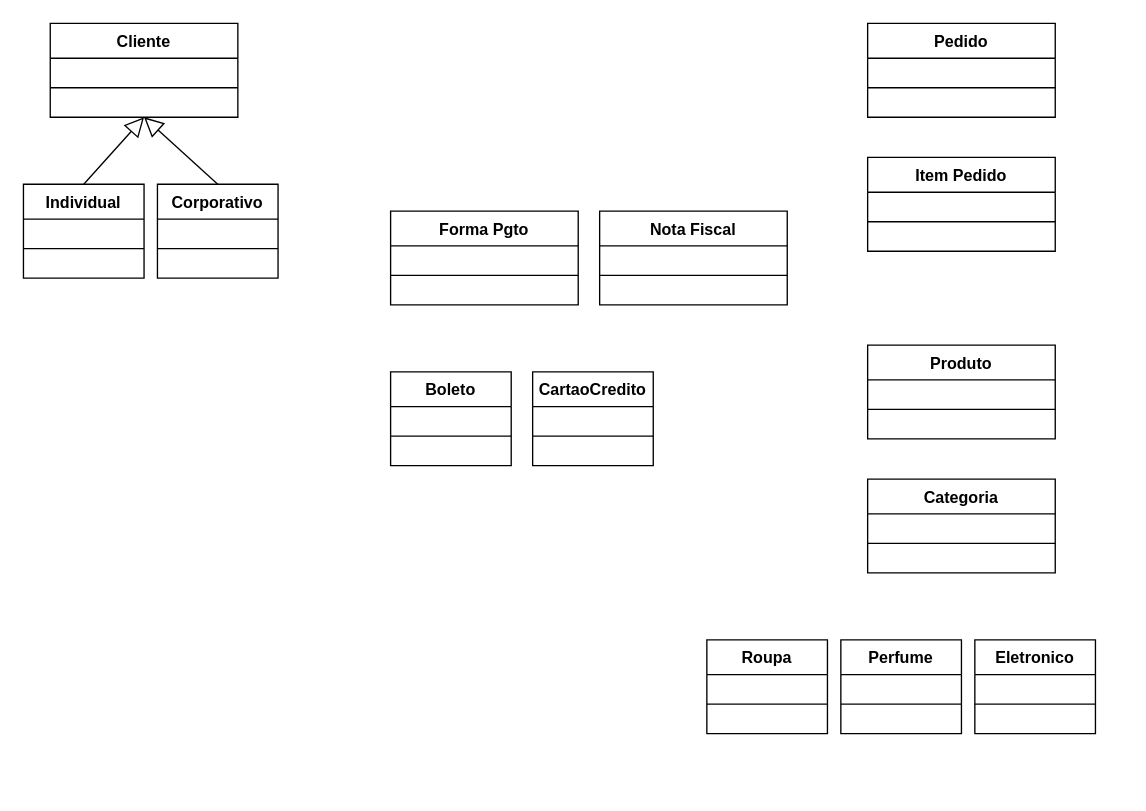
This is TarefaENG-REQ.drawio from loui674/Diagramas-de-Caso-de-Uso, a draw.io file, before an edit. Source tidied: cells renumbered, new cells numbered last; positions are measured from the earlier drawing's top-left corner, leaving out a move shared by most shapes. Both pictures are drawn from the tidied source at 134%, with x=0, y=0 at pixel (23, 23).
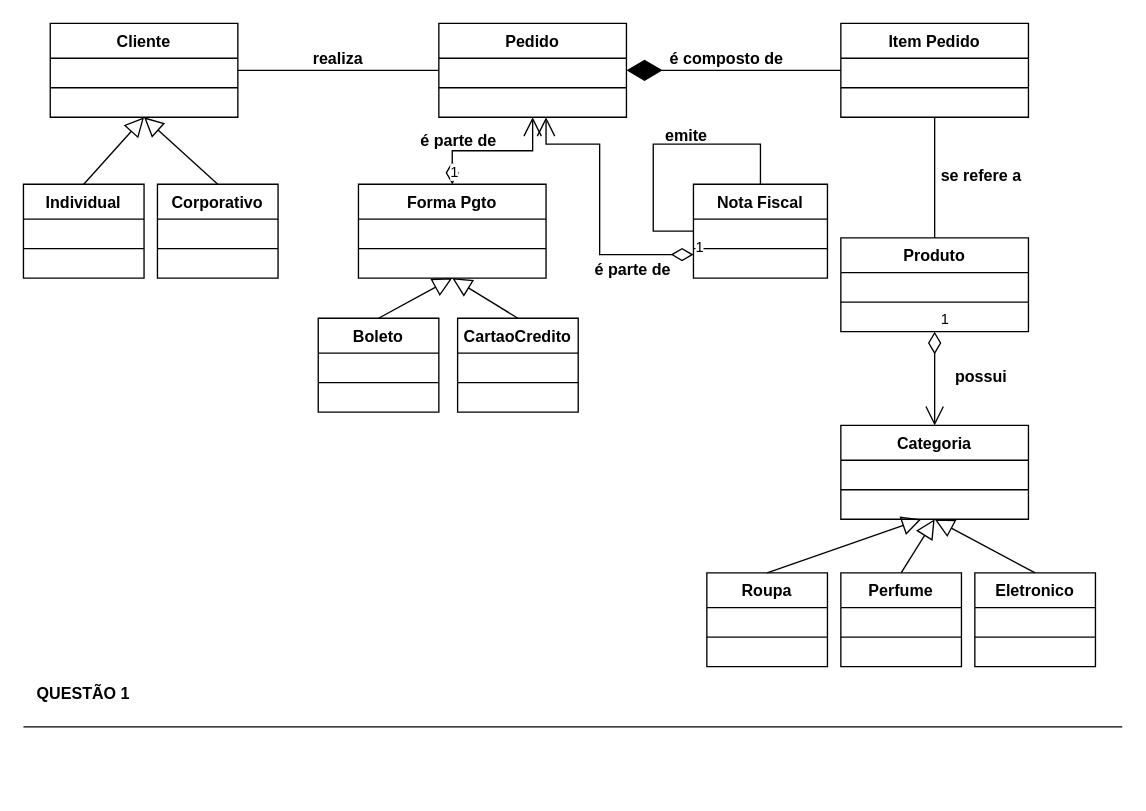
Above is the later version.

Diff of the diagram source:
```diff
@@
     <mxCell id="4" value="Pedido" style="swimlane;fontStyle=1;align=center;verticalAlign=top;horizontal=1;startSize=26;" parent="1" vertex="1">
-      <mxGeometry x="630" width="140" height="70" as="geometry" />
+      <mxGeometry x="310" width="140" height="70" as="geometry" />
     </mxCell>
@@
     <mxCell id="6" value="Item Pedido" style="swimlane;fontStyle=1;align=center;verticalAlign=top;horizontal=1;startSize=26;" parent="1" vertex="1">
-      <mxGeometry x="630" y="100" width="140" height="70" as="geometry" />
+      <mxGeometry x="610" width="140" height="70" as="geometry" />
     </mxCell>
@@
     <mxCell id="8" value="Nota Fiscal" style="swimlane;fontStyle=1;align=center;verticalAlign=top;horizontal=1;startSize=26;" parent="1" vertex="1">
-      <mxGeometry x="430" y="140" width="140" height="70" as="geometry" />
+      <mxGeometry x="500" y="120" width="100" height="70" as="geometry" />
     </mxCell>
     <mxCell id="9" style="line;strokeWidth=1;fillColor=none;align=left;verticalAlign=middle;spacingTop=-1;spacingLeft=3;spacingRight=3;labelPosition=right;strokeColor=inherit;" parent="8" vertex="1">
-      <mxGeometry y="26" width="140" height="44" as="geometry" />
+      <mxGeometry y="26" width="100" height="44" as="geometry" />
     </mxCell>
@@
     <mxCell id="16" value="Produto" style="swimlane;fontStyle=1;align=center;verticalAlign=top;horizontal=1;startSize=26;" parent="1" vertex="1">
-      <mxGeometry x="630" y="240" width="140" height="70" as="geometry" />
+      <mxGeometry x="610" y="160" width="140" height="70" as="geometry" />
     </mxCell>
@@
     <mxCell id="18" value="Categoria" style="swimlane;fontStyle=1;align=center;verticalAlign=top;horizontal=1;startSize=26;" parent="1" vertex="1">
-      <mxGeometry x="630" y="340" width="140" height="70" as="geometry" />
+      <mxGeometry x="610" y="300" width="140" height="70" as="geometry" />
     </mxCell>
@@
     <mxCell id="20" value="Roupa" style="swimlane;fontStyle=1;align=center;verticalAlign=top;horizontal=1;startSize=26;" parent="1" vertex="1">
-      <mxGeometry x="510" y="460" width="90" height="70" as="geometry" />
+      <mxGeometry x="510" y="410" width="90" height="70" as="geometry" />
     </mxCell>
@@
     <mxCell id="22" value="Perfume" style="swimlane;fontStyle=1;align=center;verticalAlign=top;horizontal=1;startSize=26;" parent="1" vertex="1">
-      <mxGeometry x="610" y="460" width="90" height="70" as="geometry" />
+      <mxGeometry x="610" y="410" width="90" height="70" as="geometry" />
     </mxCell>
@@
     <mxCell id="24" value="Eletronico" style="swimlane;fontStyle=1;align=center;verticalAlign=top;horizontal=1;startSize=26;" parent="1" vertex="1">
-      <mxGeometry x="710" y="460" width="90" height="70" as="geometry" />
+      <mxGeometry x="710" y="410" width="90" height="70" as="geometry" />
     </mxCell>
@@
     <mxCell id="26" value="Forma Pgto" style="swimlane;fontStyle=1;align=center;verticalAlign=top;horizontal=1;startSize=26;" parent="1" vertex="1">
-      <mxGeometry x="274" y="140" width="140" height="70" as="geometry" />
+      <mxGeometry x="250" y="120" width="140" height="70" as="geometry" />
     </mxCell>
@@
     <mxCell id="28" value="Boleto" style="swimlane;fontStyle=1;align=center;verticalAlign=top;horizontal=1;startSize=26;" parent="1" vertex="1">
-      <mxGeometry x="274" y="260" width="90" height="70" as="geometry" />
+      <mxGeometry x="220" y="220" width="90" height="70" as="geometry" />
     </mxCell>
@@
     <mxCell id="30" value="CartaoCredito" style="swimlane;fontStyle=1;align=center;verticalAlign=top;horizontal=1;startSize=26;" parent="1" vertex="1">
-      <mxGeometry x="380" y="260" width="90" height="70" as="geometry" />
+      <mxGeometry x="324" y="220" width="90" height="70" as="geometry" />
     </mxCell>
@@
+    <mxCell id="32" style="endArrow=block;endFill=0;endSize=12;html=1;rounded=0;exitX=0.5;exitY=0;exitDx=0;exitDy=0;entryX=0.5;entryY=1;entryDx=0;entryDy=0;" parent="1" edge="1" source="28" target="26">
+      <mxGeometry relative="1" as="geometry" />
+    </mxCell>
+    <mxCell id="33" style="endArrow=block;endFill=0;endSize=12;html=1;rounded=0;exitX=0.5;exitY=0;exitDx=0;exitDy=0;entryX=0.5;entryY=1;entryDx=0;entryDy=0;" parent="1" edge="1" source="30" target="26">
+      <mxGeometry relative="1" as="geometry" />
+    </mxCell>
+    <mxCell id="34" style="line;strokeWidth=1;fillColor=none;align=left;verticalAlign=middle;spacingTop=-1;spacingLeft=3;spacingRight=3;labelPosition=right;strokeColor=inherit;" parent="1" vertex="1">
+      <mxGeometry x="160" y="31" width="150" height="8" as="geometry" />
+    </mxCell>
+    <mxCell id="35" value="realiza" style="text;align=center;fontStyle=1;verticalAlign=middle;spacingLeft=3;spacingRight=3;strokeColor=none;" parent="1" vertex="1">
+      <mxGeometry x="190" y="13" width="90" height="26" as="geometry" />
+    </mxCell>
+    <mxCell id="36" style="endArrow=diamondThin;endFill=1;endSize=24;html=1;rounded=0;entryX=1;entryY=0.5;entryDx=0;entryDy=0;exitX=0;exitY=0.5;exitDx=0;exitDy=0;" parent="1" edge="1" source="6" target="4">
+      <mxGeometry relative="1" as="geometry" />
+    </mxCell>
+    <mxCell id="37" value="é composto de" style="text;align=center;fontStyle=1;verticalAlign=middle;spacingLeft=3;spacingRight=3;strokeColor=none;" parent="1" vertex="1">
+      <mxGeometry x="480" y="13" width="90" height="26" as="geometry" />
+    </mxCell>
+    <mxCell id="38" style="endArrow=none;html=1;rounded=0;entryX=0.5;entryY=1;entryDx=0;entryDy=0;exitX=0.5;exitY=0;exitDx=0;exitDy=0;" parent="1" edge="1" source="16" target="6">
+      <mxGeometry relative="1" as="geometry" />
+    </mxCell>
+    <mxCell id="39" value="se refere a" style="text;align=center;fontStyle=1;verticalAlign=middle;spacingLeft=3;spacingRight=3;strokeColor=none;" parent="1" vertex="1">
+      <mxGeometry x="670" y="100" width="90" height="26" as="geometry" />
+    </mxCell>
+    <mxCell id="40" value="possui" style="text;align=center;fontStyle=1;verticalAlign=middle;spacingLeft=3;spacingRight=3;strokeColor=none;" parent="1" vertex="1">
+      <mxGeometry x="670" y="250" width="90" height="26" as="geometry" />
+    </mxCell>
+    <mxCell id="41" style="endArrow=block;endFill=0;endSize=12;html=1;rounded=0;exitX=0.5;exitY=0;exitDx=0;exitDy=0;" parent="1" edge="1" source="20">
+      <mxGeometry relative="1" as="geometry">
+        <mxPoint x="670" y="370" as="targetPoint" />
+      </mxGeometry>
+    </mxCell>
+    <mxCell id="42" style="endArrow=block;endFill=0;endSize=12;html=1;rounded=0;exitX=0.5;exitY=0;exitDx=0;exitDy=0;" parent="1" edge="1" source="22">
+      <mxGeometry relative="1" as="geometry">
+        <mxPoint x="680" y="370" as="targetPoint" />
+      </mxGeometry>
+    </mxCell>
+    <mxCell id="43" style="endArrow=block;endFill=0;endSize=12;html=1;rounded=0;exitX=0.5;exitY=0;exitDx=0;exitDy=0;entryX=0.5;entryY=1;entryDx=0;entryDy=0;" parent="1" edge="1" source="24" target="18">
+      <mxGeometry relative="1" as="geometry" />
+    </mxCell>
+    <mxCell id="44" value="1" style="endArrow=open;html=1;endSize=12;startArrow=diamondThin;startSize=14;startFill=0;edgeStyle=orthogonalEdgeStyle;align=left;verticalAlign=bottom;rounded=0;entryX=0.5;entryY=0;entryDx=0;entryDy=0;exitX=0.5;exitY=1;exitDx=0;exitDy=0;" parent="1" edge="1" source="16" target="18">
+      <mxGeometry x="-1" y="3" relative="1" as="geometry" />
+    </mxCell>
+    <mxCell id="45" value="1" style="endArrow=open;html=1;endSize=12;startArrow=diamondThin;startSize=14;startFill=0;edgeStyle=orthogonalEdgeStyle;align=left;verticalAlign=bottom;rounded=0;entryX=0.5;entryY=1;entryDx=0;entryDy=0;exitX=0.5;exitY=0;exitDx=0;exitDy=0;" parent="1" edge="1" source="26" target="4">
+      <mxGeometry x="-1" y="3" relative="1" as="geometry" />
+    </mxCell>
+    <mxCell id="46" value="é parte de" style="text;align=center;fontStyle=1;verticalAlign=middle;spacingLeft=3;spacingRight=3;strokeColor=none;" parent="1" vertex="1">
+      <mxGeometry x="280" y="74" width="90" height="26" as="geometry" />
+    </mxCell>
+    <mxCell id="47" style="endArrow=none;html=1;rounded=0;exitX=0;exitY=0.5;exitDx=0;exitDy=0;entryX=0.5;entryY=0;entryDx=0;entryDy=0;" parent="1" edge="1" source="8" target="8">
+      <mxGeometry relative="1" as="geometry">
+        <Array as="points">
+          <mxPoint x="470" y="155" />
+          <mxPoint x="470" y="90" />
+          <mxPoint x="550" y="90" />
+        </Array>
+      </mxGeometry>
+    </mxCell>
+    <mxCell id="48" value="emite" style="text;align=center;fontStyle=1;verticalAlign=middle;spacingLeft=3;spacingRight=3;strokeColor=none;" parent="1" vertex="1">
+      <mxGeometry x="450" y="70" width="90" height="26" as="geometry" />
+    </mxCell>
+    <mxCell id="49" value="é parte de" style="text;align=center;fontStyle=1;verticalAlign=middle;spacingLeft=3;spacingRight=3;strokeColor=none;" parent="1" vertex="1">
+      <mxGeometry x="410" y="170" width="90" height="26" as="geometry" />
+    </mxCell>
+    <mxCell id="50" value="1" style="endArrow=open;html=1;endSize=12;startArrow=diamondThin;startSize=14;startFill=0;edgeStyle=orthogonalEdgeStyle;align=left;verticalAlign=bottom;rounded=0;exitX=0;exitY=0.75;exitDx=0;exitDy=0;" parent="1" edge="1" source="8">
+      <mxGeometry x="-1" y="3" relative="1" as="geometry">
+        <mxPoint x="390" y="70" as="targetPoint" />
+        <Array as="points">
+          <mxPoint x="430" y="173" />
+          <mxPoint x="430" y="90" />
+          <mxPoint x="390" y="90" />
+        </Array>
+      </mxGeometry>
+    </mxCell>
+    <mxCell id="51" style="line;strokeWidth=1;fillColor=none;align=left;verticalAlign=middle;spacingTop=-1;spacingLeft=3;spacingRight=3;labelPosition=right;strokeColor=inherit;" parent="1" vertex="1">
+      <mxGeometry y="480" width="820" height="90" as="geometry" />
+    </mxCell>
+    <mxCell id="52" value="QUESTÃO 1" style="text;align=center;fontStyle=1;verticalAlign=middle;spacingLeft=3;spacingRight=3;strokeColor=none;" parent="1" vertex="1">
+      <mxGeometry y="480" width="90" height="40" as="geometry" />
+    </mxCell>
```
